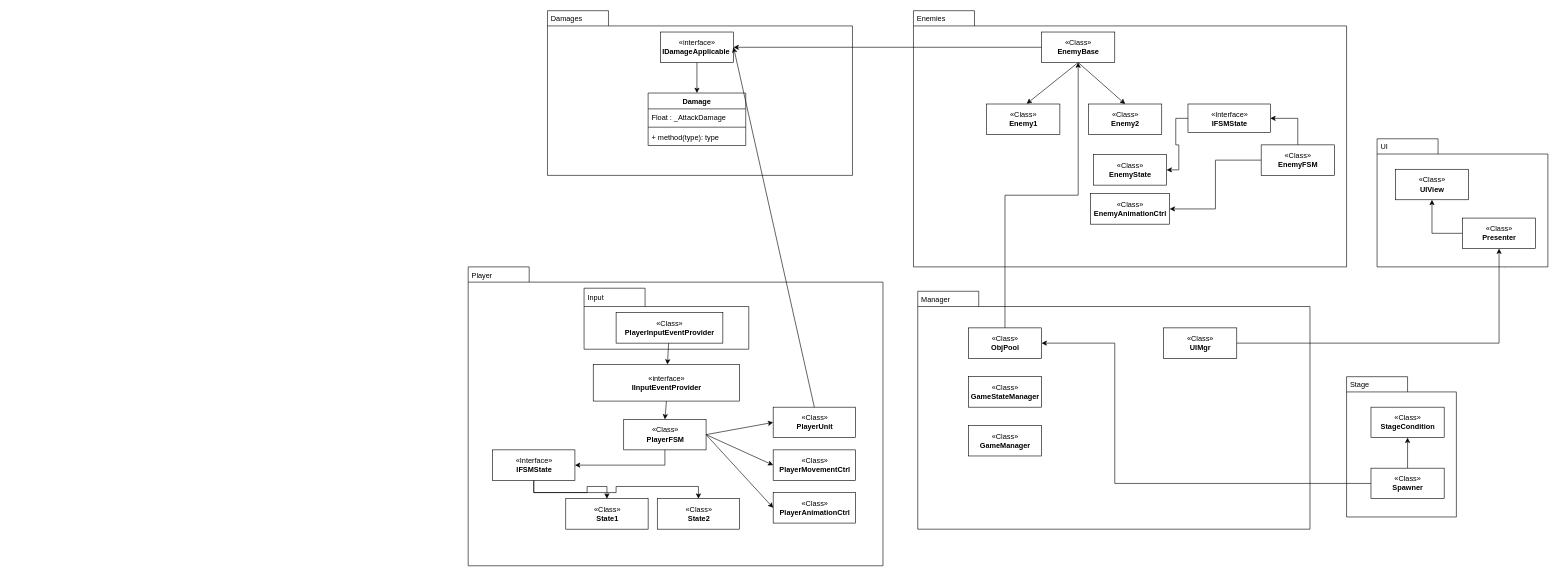
Before: uml.drawio in KimTaeSungEight/UniRxTestProj, a draw.io diagram. Source tidied: cells renumbered, new cells numbered last; positions are measured from the earlier drawing's top-left corner, leaving out a move shared by most shapes. Both pictures are drawn from the tidied source at 61%, with x=0, y=0 at pixel (468, 10).
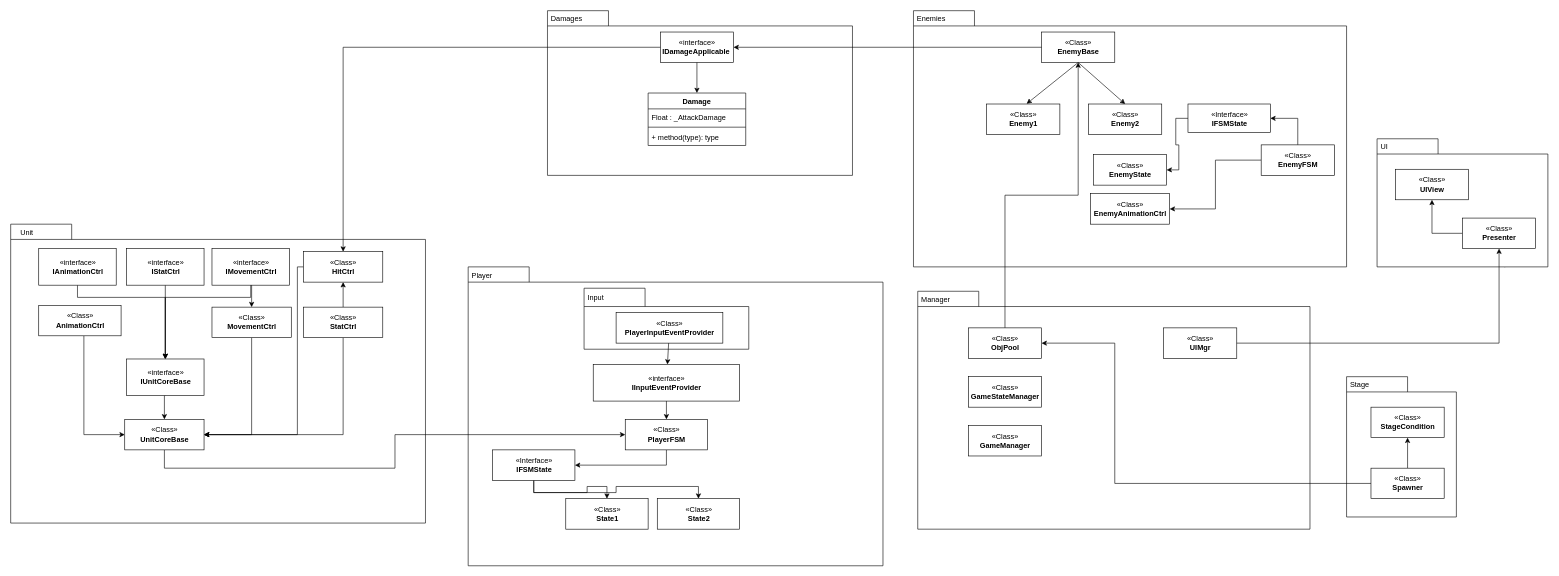
After the change.

Unchanged cells that the change refers to:
```xml
<mxCell id="3" value="«interface»&lt;br&gt;&lt;b&gt;IDamageApplicable&amp;nbsp;&lt;/b&gt;" style="html=1;" parent="1" vertex="1">
  <mxGeometry x="315" y="35" width="120" height="50" as="geometry" />
</mxCell>
```

Change to the diagram source:
```diff
@@
-    <mxCell id="24" value="«Class»&lt;br&gt;&lt;b&gt;PlayerMovementCtrl&lt;/b&gt;" style="html=1;" parent="1" vertex="1">
-      <mxGeometry x="500" y="720" width="135" height="50" as="geometry" />
-    </mxCell>
-    <mxCell id="25" value="«Class»&lt;br&gt;&lt;b&gt;PlayerUnit&lt;/b&gt;" style="html=1;" parent="1" vertex="1">
-      <mxGeometry x="500" y="650" width="135" height="50" as="geometry" />
-    </mxCell>
@@
     <mxCell id="28" value="«Class»&lt;br&gt;&lt;b&gt;PlayerFSM&lt;/b&gt;" style="html=1;" parent="1" vertex="1">
-      <mxGeometry x="255" y="670" width="135" height="50" as="geometry" />
+      <mxGeometry x="257.5" y="670" width="135" height="50" as="geometry" />
     </mxCell>
@@
-    <mxCell id="32" style="endArrow=classic;html=1;rounded=0;exitX=1;exitY=0.5;exitDx=0;exitDy=0;entryX=0;entryY=0.5;entryDx=0;entryDy=0;" parent="1" edge="1" source="28" target="25">
-      <mxGeometry relative="1" as="geometry" />
-    </mxCell>
-    <mxCell id="33" style="endArrow=classic;html=1;rounded=0;exitX=1;exitY=0.5;exitDx=0;exitDy=0;entryX=0;entryY=0.5;entryDx=0;entryDy=0;" parent="1" edge="1" source="28" target="24">
-      <mxGeometry relative="1" as="geometry" />
-    </mxCell>
@@
-    <mxCell id="37" style="endArrow=classic;html=1;rounded=0;exitX=0.5;exitY=0;exitDx=0;exitDy=0;entryX=1;entryY=0.5;entryDx=0;entryDy=0;" parent="1" edge="1" source="25" target="3">
-      <mxGeometry relative="1" as="geometry" />
-    </mxCell>
-    <mxCell id="38" value="«Class»&lt;br&gt;&lt;b&gt;PlayerAnimationCtrl&lt;/b&gt;" style="html=1;" parent="1" vertex="1">
-      <mxGeometry x="500" y="790" width="135" height="50" as="geometry" />
-    </mxCell>
-    <mxCell id="39" style="endArrow=classic;html=1;rounded=0;exitX=1;exitY=0.5;exitDx=0;exitDy=0;entryX=0;entryY=0.5;entryDx=0;entryDy=0;" parent="1" edge="1" source="28" target="38">
-      <mxGeometry relative="1" as="geometry" />
-    </mxCell>
@@
+    <mxCell id="67" style="shape=folder;fontStyle=1;spacingTop=10;tabWidth=100;tabHeight=25;tabPosition=left;html=1;" parent="1" vertex="1">
+      <mxGeometry x="-750" y="350" width="680" height="490" as="geometry" />
+    </mxCell>
+    <mxCell id="68" value="Unit" style="text;strokeColor=none;fillColor=none;align=left;verticalAlign=top;spacingLeft=4;spacingRight=4;overflow=hidden;" parent="1" vertex="1">
+      <mxGeometry x="-740" y="350" width="100" height="26" as="geometry" />
+    </mxCell>
+    <mxCell id="69" style="edgeStyle=orthogonalEdgeStyle;rounded=0;jettySize=auto;html=1;entryX=0.5;entryY=0;entryDx=0;entryDy=0;" parent="1" edge="1" source="70" target="84">
+      <mxGeometry relative="1" as="geometry">
+        <Array as="points">
+          <mxPoint x="-640" y="470" />
+          <mxPoint x="-496" y="470" />
+        </Array>
+      </mxGeometry>
+    </mxCell>
+    <mxCell id="70" value="«interface»&lt;br&gt;&lt;b&gt;IAnimationCtrl&lt;br&gt;&lt;/b&gt;" style="html=1;" parent="1" vertex="1">
+      <mxGeometry x="-704" y="390" width="127" height="60" as="geometry" />
+    </mxCell>
+    <mxCell id="71" style="edgeStyle=orthogonalEdgeStyle;rounded=0;jettySize=auto;html=1;entryX=0.5;entryY=0;entryDx=0;entryDy=0;" parent="1" edge="1" source="72" target="84">
+      <mxGeometry relative="1" as="geometry" />
+    </mxCell>
+    <mxCell id="72" value="«interface»&lt;br&gt;&lt;b&gt;IStatCtrl&lt;br&gt;&lt;/b&gt;" style="html=1;" parent="1" vertex="1">
+      <mxGeometry x="-560" y="390" width="127" height="60" as="geometry" />
+    </mxCell>
+    <mxCell id="73" style="edgeStyle=orthogonalEdgeStyle;rounded=0;jettySize=auto;html=1;entryX=0.5;entryY=0;entryDx=0;entryDy=0;" parent="1" edge="1" source="75" target="84">
+      <mxGeometry relative="1" as="geometry">
+        <Array as="points">
+          <mxPoint x="-356" y="470" />
+          <mxPoint x="-496" y="470" />
+        </Array>
+      </mxGeometry>
+    </mxCell>
+    <mxCell id="74" style="edgeStyle=orthogonalEdgeStyle;rounded=0;jettySize=auto;html=1;exitX=0.5;exitY=1;exitDx=0;exitDy=0;entryX=0.5;entryY=0;entryDx=0;entryDy=0;" parent="1" edge="1" source="75" target="82">
+      <mxGeometry relative="1" as="geometry" />
+    </mxCell>
+    <mxCell id="75" value="«interface»&lt;br&gt;&lt;b&gt;IMovementCtrl&lt;br&gt;&lt;/b&gt;" style="html=1;" parent="1" vertex="1">
+      <mxGeometry x="-420" y="390" width="127" height="60" as="geometry" />
+    </mxCell>
+    <mxCell id="76" style="edgeStyle=orthogonalEdgeStyle;rounded=0;jettySize=auto;html=1;entryX=0;entryY=0.5;entryDx=0;entryDy=0;" parent="1" edge="1" source="77" target="86">
+      <mxGeometry relative="1" as="geometry">
+        <Array as="points">
+          <mxPoint x="-630" y="695" />
+        </Array>
+      </mxGeometry>
+    </mxCell>
+    <mxCell id="77" value="«Class»&lt;br&gt;&lt;b&gt;AnimationCtrl&lt;/b&gt;" style="html=1;" parent="1" vertex="1">
+      <mxGeometry x="-704" y="483" width="135" height="50" as="geometry" />
+    </mxCell>
+    <mxCell id="78" style="edgeStyle=orthogonalEdgeStyle;rounded=0;jettySize=auto;html=1;entryX=1;entryY=0.5;entryDx=0;entryDy=0;" parent="1" edge="1" source="80" target="86">
+      <mxGeometry relative="1" as="geometry">
+        <Array as="points">
+          <mxPoint x="-205" y="695" />
+        </Array>
+      </mxGeometry>
+    </mxCell>
+    <mxCell id="79" style="edgeStyle=orthogonalEdgeStyle;rounded=0;jettySize=auto;html=1;" parent="1" edge="1" source="80" target="88">
+      <mxGeometry relative="1" as="geometry" />
+    </mxCell>
+    <mxCell id="80" value="«Class»&lt;br&gt;&lt;b&gt;StatCtrl&lt;/b&gt;" style="html=1;" parent="1" vertex="1">
+      <mxGeometry x="-270" y="486" width="130" height="50" as="geometry" />
+    </mxCell>
+    <mxCell id="81" style="edgeStyle=orthogonalEdgeStyle;rounded=0;jettySize=auto;html=1;exitX=0.5;exitY=1;exitDx=0;exitDy=0;entryX=1;entryY=0.5;entryDx=0;entryDy=0;" parent="1" edge="1" source="82" target="86">
+      <mxGeometry relative="1" as="geometry" />
+    </mxCell>
+    <mxCell id="82" value="«Class»&lt;br&gt;&lt;b&gt;MovementCtrl&lt;/b&gt;" style="html=1;" parent="1" vertex="1">
+      <mxGeometry x="-420" y="486" width="130" height="50" as="geometry" />
+    </mxCell>
+    <mxCell id="83" style="edgeStyle=orthogonalEdgeStyle;rounded=0;jettySize=auto;html=1;exitX=0.5;exitY=1;exitDx=0;exitDy=0;entryX=0.5;entryY=0;entryDx=0;entryDy=0;" parent="1" edge="1" source="84" target="86">
+      <mxGeometry relative="1" as="geometry" />
+    </mxCell>
+    <mxCell id="84" value="«interface»&lt;br&gt;&lt;b&gt;IUnitCoreBase&lt;br&gt;&lt;/b&gt;" style="html=1;" parent="1" vertex="1">
+      <mxGeometry x="-560" y="571" width="127" height="60" as="geometry" />
+    </mxCell>
+    <mxCell id="85" style="edgeStyle=orthogonalEdgeStyle;rounded=0;jettySize=auto;html=1;entryX=0;entryY=0.5;entryDx=0;entryDy=0;" parent="1" edge="1" source="86" target="28">
+      <mxGeometry relative="1" as="geometry">
+        <Array as="points">
+          <mxPoint x="-498" y="750" />
+          <mxPoint x="-120" y="750" />
+          <mxPoint x="-120" y="695" />
+        </Array>
+      </mxGeometry>
+    </mxCell>
+    <mxCell id="86" value="«Class»&lt;br&gt;&lt;b&gt;UnitCoreBase&lt;/b&gt;" style="html=1;" parent="1" vertex="1">
+      <mxGeometry x="-563" y="670" width="130" height="50" as="geometry" />
+    </mxCell>
+    <mxCell id="87" style="edgeStyle=orthogonalEdgeStyle;rounded=0;jettySize=auto;html=1;exitX=0;exitY=0.5;exitDx=0;exitDy=0;entryX=1;entryY=0.5;entryDx=0;entryDy=0;" parent="1" edge="1" source="88" target="86">
+      <mxGeometry relative="1" as="geometry">
+        <Array as="points">
+          <mxPoint x="-280" y="420" />
+          <mxPoint x="-280" y="695" />
+        </Array>
+      </mxGeometry>
+    </mxCell>
+    <mxCell id="88" value="«Class»&lt;br&gt;&lt;b&gt;HitCtrl&lt;/b&gt;" style="html=1;" parent="1" vertex="1">
+      <mxGeometry x="-270" y="395" width="130" height="50" as="geometry" />
+    </mxCell>
+    <mxCell id="89" style="edgeStyle=orthogonalEdgeStyle;rounded=0;jettySize=auto;html=1;exitX=0;exitY=0.5;exitDx=0;exitDy=0;entryX=0.5;entryY=0;entryDx=0;entryDy=0;" parent="1" edge="1" source="3" target="88">
+      <mxGeometry relative="1" as="geometry" />
+    </mxCell>
```
